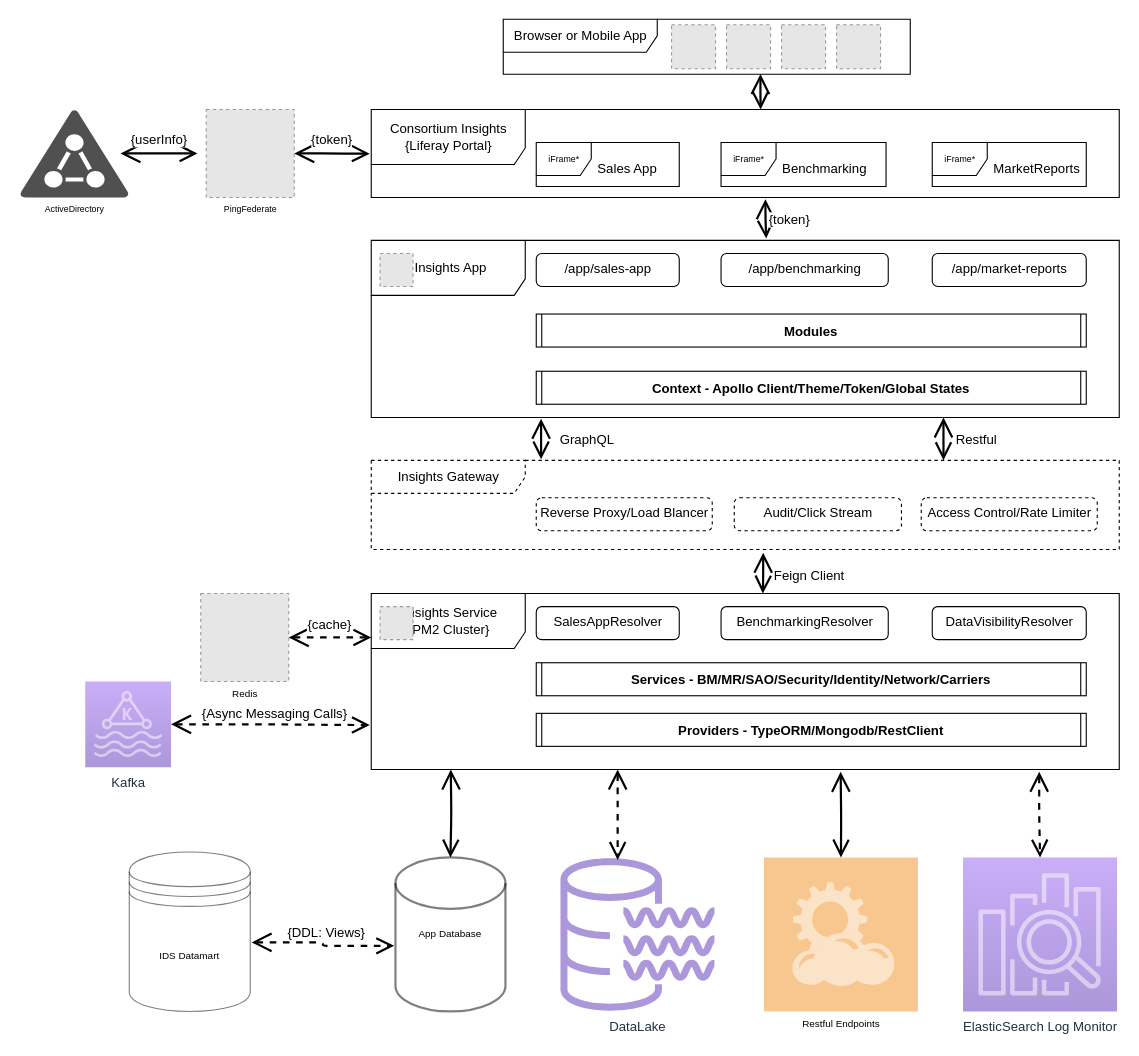
The draw.io diagram page "Roadmap 2020+" (2 of 2) of docs/Untitled Diagram.drawio in JuanyongZhang/leetcode, before the edit. Source tidied: cells renumbered, new cells numbered last; positions are measured from the earlier drawing's top-left corner, leaving out a move shared by most shapes. Both pictures are drawn from the tidied source at 110%, with x=0, y=0 at pixel (19, 19). Pictures stored in the file or linked from it are replaced by grey dashed boxes.
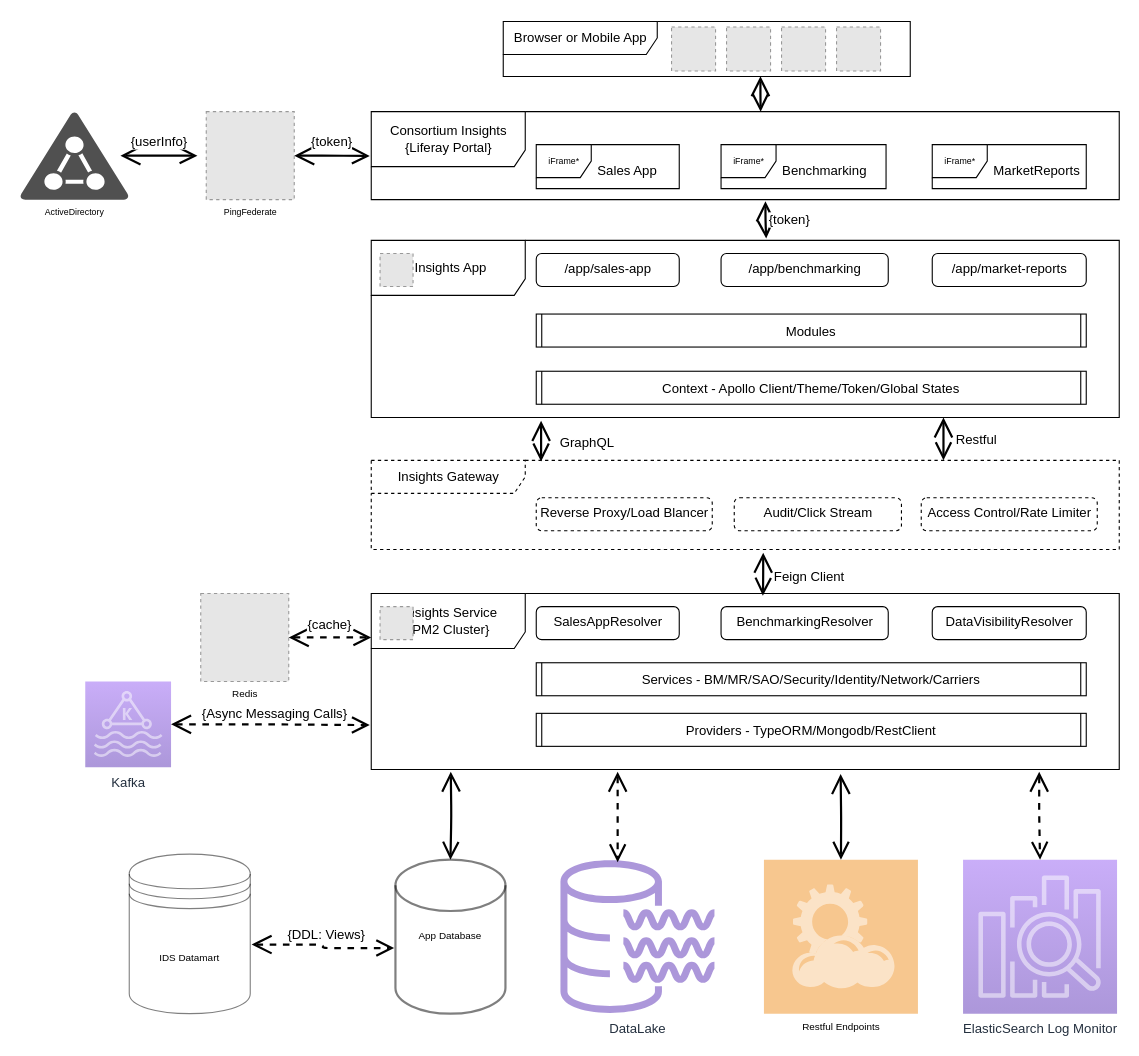
After the change.

Unchanged cells that the change refers to:
```xml
<mxCell id="25" value="Insights Gateway" style="shape=umlFrame;tabWidth=110;tabHeight=30;tabPosition=left;html=1;boundedLbl=1;labelInHeader=1;width=140;height=30;fontSize=12;align=center;dashed=1;" parent="1" vertex="1">
  <mxGeometry x="320" y="401" width="680" height="81" as="geometry" />
</mxCell>
```

The edit, as a diff of the source:
```diff
@@
     <mxCell id="2" value="Browser or Mobile App" style="shape=umlFrame;tabWidth=110;tabHeight=30;tabPosition=left;html=1;boundedLbl=1;labelInHeader=1;width=140;height=30;" parent="1" vertex="1">
-      <mxGeometry x="440" width="370" height="50" as="geometry" />
+      <mxGeometry x="440" y="2" width="370" height="50" as="geometry" />
     </mxCell>
     <mxCell id="3" style="fillColor=#E6E6E6;strokeColor=#999999;dashed=1;html=1;verticalAlign=top;verticalLabelPosition=bottom;labelBackgroundColor=#ffffff;" parent="1" vertex="1">
-      <mxGeometry x="593" y="5" width="40" height="40" as="geometry" />
+      <mxGeometry x="593" y="7" width="40" height="40" as="geometry" />
     </mxCell>
     <mxCell id="4" style="fillColor=#E6E6E6;strokeColor=#999999;dashed=1;html=1;verticalAlign=top;verticalLabelPosition=bottom;labelBackgroundColor=#ffffff;" parent="1" vertex="1">
-      <mxGeometry x="643" y="5" width="40" height="40" as="geometry" />
+      <mxGeometry x="643" y="7" width="40" height="40" as="geometry" />
     </mxCell>
     <mxCell id="5" style="fillColor=#E6E6E6;strokeColor=#999999;dashed=1;html=1;verticalAlign=top;verticalLabelPosition=bottom;labelBackgroundColor=#ffffff;" parent="1" vertex="1">
-      <mxGeometry x="693" y="5" width="40" height="40" as="geometry" />
+      <mxGeometry x="693" y="7" width="40" height="40" as="geometry" />
     </mxCell>
     <mxCell id="6" style="fillColor=#E6E6E6;strokeColor=#999999;dashed=1;html=1;verticalAlign=top;verticalLabelPosition=bottom;labelBackgroundColor=#ffffff;" parent="1" vertex="1">
-      <mxGeometry x="743" y="5" width="40" height="40" as="geometry" />
+      <mxGeometry x="743" y="7" width="40" height="40" as="geometry" />
     </mxCell>
     <mxCell id="7" value="Consortium Insights&lt;br&gt;{Liferay Portal}" style="shape=umlFrame;tabWidth=110;tabHeight=30;tabPosition=left;html=1;boundedLbl=1;labelInHeader=1;width=140;height=50;" parent="1" vertex="1">
-      <mxGeometry x="320" y="82" width="680" height="80" as="geometry" />
+      <mxGeometry x="320" y="84" width="680" height="80" as="geometry" />
     </mxCell>
     <mxCell id="8" value="iFrame*" style="shape=umlFrame;tabPosition=left;html=1;boundedLbl=1;labelInHeader=1;width=50;height=30;fontSize=8;" parent="1" vertex="1">
-      <mxGeometry x="470" y="112" width="130" height="40" as="geometry" />
+      <mxGeometry x="470" y="114" width="130" height="40" as="geometry" />
     </mxCell>
@@
     <mxCell id="10" value="iFrame*" style="shape=umlFrame;tabPosition=left;html=1;boundedLbl=1;labelInHeader=1;width=50;height=30;fontSize=8;" parent="1" vertex="1">
-      <mxGeometry x="638" y="112" width="150" height="40" as="geometry" />
+      <mxGeometry x="638" y="114" width="150" height="40" as="geometry" />
     </mxCell>
@@
     <mxCell id="12" value="iFrame*" style="shape=umlFrame;tabPosition=left;html=1;boundedLbl=1;labelInHeader=1;width=50;height=30;fontSize=8;" parent="1" vertex="1">
-      <mxGeometry x="830" y="112" width="140" height="40" as="geometry" />
+      <mxGeometry x="830" y="114" width="140" height="40" as="geometry" />
     </mxCell>
@@
     <mxCell id="14" value="PingFederate" style="fillColor=#E6E6E6;strokeColor=#999999;dashed=1;html=1;verticalAlign=top;verticalLabelPosition=bottom;labelBackgroundColor=#ffffff;fontSize=8;align=center;" parent="1" vertex="1">
-      <mxGeometry x="170" y="82" width="80" height="80" as="geometry" />
+      <mxGeometry x="170" y="84" width="80" height="80" as="geometry" />
     </mxCell>
     <mxCell id="15" value="ActiveDirectory" style="shadow=0;dashed=0;html=1;strokeColor=none;fillColor=#505050;labelPosition=center;verticalLabelPosition=bottom;verticalAlign=top;align=center;shape=mxgraph.office.security.active_directory;fontSize=8;" parent="1" vertex="1">
-      <mxGeometry y="82" width="100" height="80" as="geometry" />
+      <mxGeometry y="84" width="100" height="80" as="geometry" />
     </mxCell>
     <mxCell id="16" value="&lt;font style=&quot;font-size: 12px;&quot;&gt;{userInfo}&lt;/font&gt;" style="endArrow=open;html=1;endSize=12;startArrow=open;startSize=14;startFill=0;edgeStyle=orthogonalEdgeStyle;align=center;verticalAlign=bottom;endFill=0;strokeWidth=2;fillColor=#ffffff;fontSize=12;" parent="1" edge="1">
       <mxGeometry y="3" relative="1" as="geometry">
-        <mxPoint x="92" y="122" as="sourcePoint" />
-        <mxPoint x="162" y="122" as="targetPoint" />
+        <mxPoint x="92" y="124" as="sourcePoint" />
+        <mxPoint x="162" y="124" as="targetPoint" />
       </mxGeometry>
     </mxCell>
@@
-    <mxCell id="23" value="Modules" style="shape=process2;fixedSize=1;size=5;fontStyle=1;fontSize=12;align=center;" parent="1" vertex="1">
+    <mxCell id="23" value="Modules" style="shape=process2;fixedSize=1;size=5;fontStyle=0;fontSize=12;align=center;" parent="1" vertex="1">
       <mxGeometry x="470" y="268" width="500" height="30" as="geometry" />
     </mxCell>
-    <mxCell id="24" value="Context - Apollo Client/Theme/Token/Global States" style="shape=process2;fixedSize=1;size=5;fontStyle=1;fontSize=12;align=center;" parent="1" vertex="1">
+    <mxCell id="24" value="Context - Apollo Client/Theme/Token/Global States" style="shape=process2;fixedSize=1;size=5;fontStyle=0;fontSize=12;align=center;" parent="1" vertex="1">
       <mxGeometry x="470" y="320" width="500" height="30" as="geometry" />
     </mxCell>
@@
-    <mxCell id="33" value="Services - BM/MR/SAO/Security/Identity/Network/Carriers" style="shape=process2;fixedSize=1;size=5;fontStyle=1;fontSize=12;align=center;" parent="1" vertex="1">
+    <mxCell id="33" value="Services - BM/MR/SAO/Security/Identity/Network/Carriers" style="shape=process2;fixedSize=1;size=5;fontStyle=0;fontSize=12;align=center;" parent="1" vertex="1">
       <mxGeometry x="470" y="585" width="500" height="30" as="geometry" />
     </mxCell>
-    <mxCell id="34" value="Providers - TypeORM/Mongodb/RestClient" style="shape=process2;fixedSize=1;size=5;fontStyle=1;fontSize=12;align=center;" parent="1" vertex="1">
+    <mxCell id="34" value="Providers - TypeORM/Mongodb/RestClient" style="shape=process2;fixedSize=1;size=5;fontStyle=0;fontSize=12;align=center;" parent="1" vertex="1">
       <mxGeometry x="470" y="631" width="500" height="30" as="geometry" />
     </mxCell>
@@
     <mxCell id="36" value="GraphQL" style="endArrow=open;html=1;endSize=12;startArrow=open;startSize=14;startFill=0;edgeStyle=orthogonalEdgeStyle;align=center;verticalAlign=bottom;endFill=0;strokeWidth=2;fillColor=#ffffff;fontSize=12;exitX=0.233;exitY=1.007;exitDx=0;exitDy=0;exitPerimeter=0;entryX=0.233;entryY=-0.012;entryDx=0;entryDy=0;entryPerimeter=0;" parent="1" edge="1">
       <mxGeometry x="0.56" y="42" relative="1" as="geometry">
-        <mxPoint x="474.4" y="363.1" as="sourcePoint" />
-        <mxPoint x="474.4" y="400" as="targetPoint" />
+        <mxPoint x="474.4" y="365.1" as="sourcePoint" />
+        <mxPoint x="474.4" y="402" as="targetPoint" />
       </mxGeometry>
     </mxCell>
@@
     <mxCell id="39" value="Feign Client" style="endArrow=open;html=1;endSize=12;startArrow=open;startSize=14;startFill=0;edgeStyle=orthogonalEdgeStyle;align=center;verticalAlign=bottom;endFill=0;strokeWidth=2;fillColor=#ffffff;fontSize=12;exitX=0.524;exitY=1.037;exitDx=0;exitDy=0;exitPerimeter=0;" parent="1" edge="1" source="25">
       <mxGeometry x="0.56" y="42" relative="1" as="geometry">
-        <mxPoint x="676" y="522" as="targetPoint" />
+        <mxPoint x="676" y="524" as="targetPoint" />
         <Array as="points">
-          <mxPoint x="676" y="508" />
-          <mxPoint x="676" y="530" />
+          <mxPoint x="676" y="510" />
+          <mxPoint x="676" y="532" />
         </Array>
       </mxGeometry>
     </mxCell>
@@
     <mxCell id="44" value="DataLake" style="fontColor=#232F3E;gradientColor=none;fillColor=#5A30B5;strokeColor=none;dashed=1;verticalLabelPosition=bottom;verticalAlign=top;align=center;html=1;fontSize=12;fontStyle=0;shape=mxgraph.aws4.data_lake_resource_icon;opacity=50;" parent="1" vertex="1">
-      <mxGeometry x="492" y="762" width="140" height="140" as="geometry" />
+      <mxGeometry x="492" y="764" width="140" height="140" as="geometry" />
     </mxCell>
     <mxCell id="45" value="Restful Endpoints" style="shadow=0;dashed=0;html=1;strokeColor=none;fillColor=#EF8F21;labelPosition=center;verticalLabelPosition=bottom;verticalAlign=top;align=center;outlineConnect=0;shape=mxgraph.veeam.2d.restful_apis;fontSize=9;opacity=50;" parent="1" vertex="1">
-      <mxGeometry x="677" y="762" width="140" height="140" as="geometry" />
+      <mxGeometry x="677" y="764" width="140" height="140" as="geometry" />
     </mxCell>
     <mxCell id="46" value="App Database" style="strokeWidth=2;html=1;shape=mxgraph.flowchart.database;whiteSpace=wrap;fontSize=9;opacity=50;align=center;" parent="1" vertex="1">
-      <mxGeometry x="342" y="762" width="100" height="140" as="geometry" />
+      <mxGeometry x="342" y="764" width="100" height="140" as="geometry" />
     </mxCell>
     <mxCell id="47" value="IDS Datamart" style="shape=datastore;whiteSpace=wrap;html=1;fontSize=9;opacity=50;align=center;" parent="1" vertex="1">
-      <mxGeometry x="100" y="757" width="110" height="145" as="geometry" />
+      <mxGeometry x="100" y="759" width="110" height="145" as="geometry" />
     </mxCell>
@@
     <mxCell id="49" style="endArrow=open;html=1;endSize=12;startArrow=open;startSize=14;startFill=0;edgeStyle=orthogonalEdgeStyle;align=center;verticalAlign=bottom;endFill=0;strokeWidth=2;fillColor=#ffffff;fontSize=12;dashed=1;" parent="1" edge="1">
       <mxGeometry x="0.22" y="24" relative="1" as="geometry">
-        <mxPoint x="544" y="682" as="sourcePoint" />
-        <mxPoint x="544" y="764.3" as="targetPoint" />
+        <mxPoint x="544" y="684" as="sourcePoint" />
+        <mxPoint x="544" y="766.3" as="targetPoint" />
         <Array as="points">
-          <mxPoint x="544" y="682" />
+          <mxPoint x="544" y="684" />
         </Array>
       </mxGeometry>
     </mxCell>
     <mxCell id="50" style="endArrow=open;html=1;endSize=12;startArrow=open;startSize=14;startFill=0;edgeStyle=orthogonalEdgeStyle;align=center;verticalAlign=bottom;endFill=0;strokeWidth=2;fillColor=#ffffff;fontSize=12;exitX=0.854;exitY=1.013;exitDx=0;exitDy=0;exitPerimeter=0;" parent="1" edge="1" target="45">
       <mxGeometry x="0.22" y="24" relative="1" as="geometry">
-        <mxPoint x="746.7" y="684.1" as="sourcePoint" />
+        <mxPoint x="746.7" y="686.1" as="sourcePoint" />
       </mxGeometry>
     </mxCell>
     <mxCell id="51" style="endArrow=open;html=1;endSize=12;startArrow=open;startSize=14;startFill=0;edgeStyle=orthogonalEdgeStyle;align=center;verticalAlign=bottom;endFill=0;strokeWidth=2;fillColor=#ffffff;fontSize=12;exitX=0.174;exitY=1;exitDx=0;exitDy=0;exitPerimeter=0;entryX=0.5;entryY=0;entryDx=0;entryDy=0;entryPerimeter=0;" parent="1" edge="1" target="46">
       <mxGeometry x="0.22" y="24" relative="1" as="geometry">
-        <mxPoint x="392.3" y="682" as="sourcePoint" />
+        <mxPoint x="392.3" y="684" as="sourcePoint" />
       </mxGeometry>
     </mxCell>
     <mxCell id="52" value="ElasticSearch Log Monitor" style="points=[[0,0,0],[0.25,0,0],[0.5,0,0],[0.75,0,0],[1,0,0],[0,1,0],[0.25,1,0],[0.5,1,0],[0.75,1,0],[1,1,0],[0,0.25,0],[0,0.5,0],[0,0.75,0],[1,0.25,0],[1,0.5,0],[1,0.75,0]];outlineConnect=0;fontColor=#232F3E;gradientColor=#945DF2;gradientDirection=north;fillColor=#5A30B5;strokeColor=#ffffff;dashed=0;verticalLabelPosition=bottom;verticalAlign=top;align=center;html=1;fontSize=12;fontStyle=0;shape=mxgraph.aws4.resourceIcon;resIcon=mxgraph.aws4.elasticsearch_service;opacity=50;" parent="1" vertex="1">
-      <mxGeometry x="858" y="762" width="140" height="140" as="geometry" />
+      <mxGeometry x="858" y="764" width="140" height="140" as="geometry" />
     </mxCell>
@@
     <mxCell id="54" value="&lt;br&gt;" style="endArrow=open;html=1;endSize=12;startArrow=open;startSize=14;startFill=0;edgeStyle=orthogonalEdgeStyle;align=center;verticalAlign=bottom;endFill=0;strokeWidth=2;fillColor=#ffffff;fontSize=12;exitX=0.632;exitY=0.996;exitDx=0;exitDy=0;exitPerimeter=0;" parent="1" edge="1" source="2">
       <mxGeometry x="0.6" y="21" relative="1" as="geometry">
-        <mxPoint x="674" y="82" as="targetPoint" />
+        <mxPoint x="674" y="84" as="targetPoint" />
       </mxGeometry>
     </mxCell>
```
